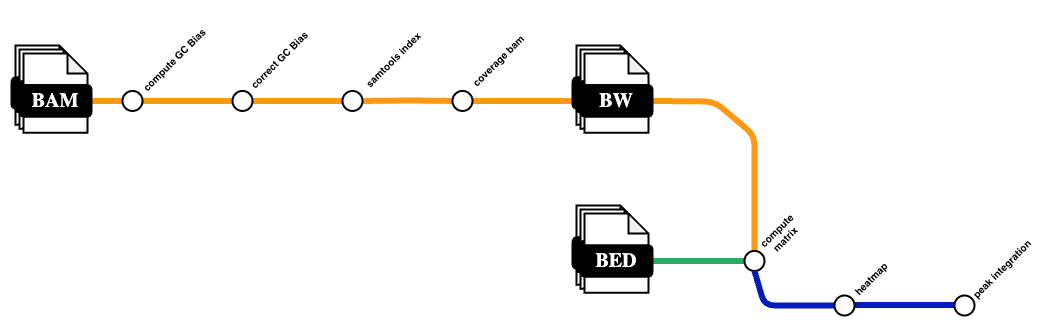
Above: assets/img/nf-fragmentomics_base.png in sottorivalab/nf-fragmentomics (draw.io), before the change. Source tidied: cells renumbered, new cells last; positions are measured from the earlier drawing's top-left corner, leaving out a move shared by most shapes.
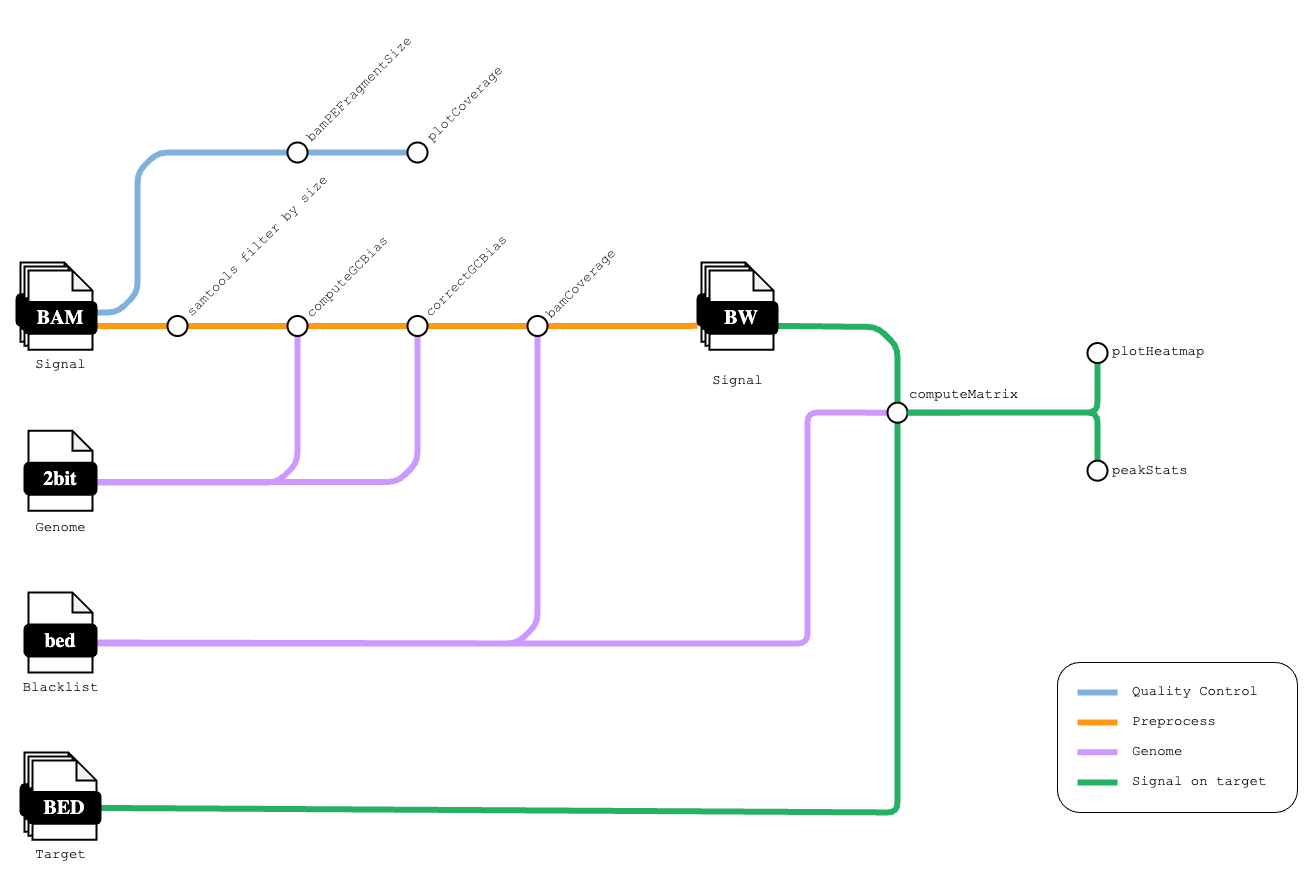
Later version of the same file.

The edit, as a diff of the source:
```diff
@@ -4,7 +4,63 @@
     <mxCell id="1" parent="0" />
-    <mxCell id="2" style="endArrow=none;html=1;rounded=1;strokeWidth=6;strokeColor=#001DBC;fillColor=#0050ef;exitX=0;exitY=0.475;exitDx=0;exitDy=0;exitPerimeter=0;" parent="1" edge="1" source="20">
-      <mxGeometry relative="1" as="geometry">
-        <mxPoint x="841" y="260.5" as="targetPoint" />
-      </mxGeometry>
-    </mxCell>
+    <mxCell id="46" style="endArrow=none;html=1;rounded=1;strokeWidth=6;strokeColor=#7EB2DD;exitX=1;exitY=0.5;exitDx=0;exitDy=0;entryX=0;entryY=0.5;entryDx=0;entryDy=0;" parent="1" edge="1" source="78" target="75">
+      <mxGeometry relative="1" as="geometry" />
+    </mxCell>
+    <mxCell id="47" style="endArrow=none;html=1;rounded=1;strokeWidth=6;strokeColor=#7eb2dd;exitX=0;exitY=0.5;exitDx=0;exitDy=0;" parent="1" edge="1" source="78">
+      <mxGeometry relative="1" as="geometry">
+        <mxPoint x="121" y="-99" as="targetPoint" />
+        <Array as="points">
+          <mxPoint x="141" y="-139" />
+          <mxPoint x="121" y="-119" />
+        </Array>
+      </mxGeometry>
+    </mxCell>
+    <mxCell id="48" style="endArrow=none;html=1;rounded=1;strokeWidth=6;strokeColor=#CC99FF;exitX=1;exitY=0.75;exitDx=0;exitDy=0;entryX=0;entryY=0.5;entryDx=0;entryDy=0;" parent="1" edge="1" target="14">
+      <mxGeometry relative="1" as="geometry">
+        <mxPoint x="80" y="352" as="sourcePoint" />
+        <Array as="points">
+          <mxPoint x="791" y="352" />
+          <mxPoint x="791" y="121" />
+        </Array>
+      </mxGeometry>
+    </mxCell>
+    <mxCell id="13" style="endArrow=none;html=1;rounded=1;strokeWidth=6;exitX=1;exitY=0.75;exitDx=0;exitDy=0;strokeColor=#25b064;entryX=0.5;entryY=0;entryDx=0;entryDy=0;" parent="1" edge="1" source="37" target="14">
+      <mxGeometry relative="1" as="geometry">
+        <Array as="points">
+          <mxPoint x="861" y="35.5" />
+          <mxPoint x="881" y="55.5" />
+        </Array>
+      </mxGeometry>
+    </mxCell>
+    <mxCell id="12" style="endArrow=none;html=1;rounded=1;strokeWidth=6;exitX=1;exitY=0.5;exitDx=0;exitDy=0;strokeColor=#25b064;entryX=0.5;entryY=1;entryDx=0;entryDy=0;" parent="1" edge="1" source="45" target="14">
+      <mxGeometry relative="1" as="geometry">
+        <Array as="points">
+          <mxPoint x="881" y="521" />
+          <mxPoint x="881" y="186.4" />
+        </Array>
+      </mxGeometry>
+    </mxCell>
+    <mxCell id="49" style="endArrow=none;html=1;rounded=1;strokeWidth=6;strokeColor=#CC99FF;exitX=0.736;exitY=0.562;exitDx=0;exitDy=0;exitPerimeter=0;entryX=0.5;entryY=1;entryDx=0;entryDy=0;" parent="1" edge="1" source="56" target="65">
+      <mxGeometry relative="1" as="geometry">
+        <Array as="points">
+          <mxPoint x="501" y="352" />
+          <mxPoint x="521" y="332" />
+        </Array>
+      </mxGeometry>
+    </mxCell>
+    <mxCell id="50" style="endArrow=none;html=1;rounded=1;strokeWidth=6;strokeColor=#CC99FF;exitX=0.319;exitY=0.604;exitDx=0;exitDy=0;exitPerimeter=0;entryX=0.5;entryY=1;entryDx=0;entryDy=0;" parent="1" edge="1" source="59" target="7">
+      <mxGeometry relative="1" as="geometry">
+        <Array as="points">
+          <mxPoint x="381" y="190.5" />
+          <mxPoint x="401" y="170.5" />
+        </Array>
+      </mxGeometry>
+    </mxCell>
+    <mxCell id="51" style="endArrow=none;html=1;rounded=1;strokeWidth=6;strokeColor=#CC99FF;entryX=0.5;entryY=1;entryDx=0;entryDy=0;exitX=0.597;exitY=0.62;exitDx=0;exitDy=0;exitPerimeter=0;" parent="1" edge="1" source="59" target="5">
+      <mxGeometry relative="1" as="geometry">
+        <Array as="points">
+          <mxPoint x="261" y="191" />
+          <mxPoint x="281" y="171" />
+        </Array>
+      </mxGeometry>
+    </mxCell>
     <mxCell id="3" style="endArrow=none;html=1;rounded=1;strokeWidth=6;strokeColor=#FF9914;exitX=1;exitY=0.5;exitDx=0;exitDy=0;entryX=0;entryY=0.5;entryDx=0;entryDy=0;" parent="1" edge="1" source="22" target="5">
@@ -15,71 +71,10 @@
     </mxCell>
-    <mxCell id="5" style="ellipse;rounded=1;rotation=0;strokeWidth=2;spacingTop=50;html=1;" parent="1" vertex="1">
-      <mxGeometry x="221" y="46.4" width="20" height="20" as="geometry" />
-    </mxCell>
-    <mxCell id="6" style="endArrow=none;html=1;rounded=1;strokeWidth=6;strokeColor=#FF9914;entryX=0;entryY=0.5;entryDx=0;entryDy=0;exitX=1;exitY=0.5;exitDx=0;exitDy=0;" parent="1" edge="1" source="7" target="38">
-      <mxGeometry relative="1" as="geometry">
-        <Array as="points">
-          <mxPoint x="401" y="56" />
-        </Array>
-      </mxGeometry>
-    </mxCell>
-    <mxCell id="7" style="ellipse;rounded=1;rotation=0;strokeWidth=2;spacingTop=50;html=1;" parent="1" vertex="1">
-      <mxGeometry x="331" y="46.4" width="20" height="20" as="geometry" />
-    </mxCell>
-    <mxCell id="8" value="compute GC Bias" style="text;html=1;align=center;verticalAlign=middle;strokeColor=none;fillColor=none;rotation=-45;fontSize=10;fontFamily=Helvetica;fontStyle=1;" parent="1" vertex="1">
-      <mxGeometry x="107" width="110" height="30" as="geometry" />
-    </mxCell>
-    <mxCell id="9" value="correct GC Bias" style="text;html=1;align=center;verticalAlign=middle;strokeColor=none;fillColor=none;rotation=-45;fontSize=10;fontFamily=Helvetica;fontStyle=1;" parent="1" vertex="1">
-      <mxGeometry x="217" width="100" height="30" as="geometry" />
-    </mxCell>
-    <mxCell id="10" value="samtools index" style="text;html=1;align=center;verticalAlign=middle;strokeColor=none;fillColor=none;rotation=-45;fontSize=10;fontFamily=Helvetica;fontStyle=1;" parent="1" vertex="1">
-      <mxGeometry x="331" width="100" height="30" as="geometry" />
-    </mxCell>
-    <mxCell id="11" value="coverage bam" style="text;html=1;align=center;verticalAlign=middle;strokeColor=none;fillColor=none;rotation=-45;fontSize=10;fontFamily=Helvetica;fontStyle=1;" parent="1" vertex="1">
-      <mxGeometry x="441" y="1" width="90" height="30" as="geometry" />
-    </mxCell>
-    <mxCell id="12" style="endArrow=none;html=1;rounded=1;strokeWidth=6;strokeColor=#24B064;entryX=0;entryY=0.5;entryDx=0;entryDy=0;exitX=1;exitY=0.5;exitDx=0;exitDy=0;" parent="1" edge="1" source="45" target="14">
-      <mxGeometry relative="1" as="geometry" />
-    </mxCell>
-    <mxCell id="13" style="endArrow=none;html=1;rounded=1;strokeWidth=6;strokeColor=#ff9914;entryX=0.5;entryY=0;entryDx=0;entryDy=0;exitX=1;exitY=0.5;exitDx=0;exitDy=0;" parent="1" edge="1" source="37" target="14">
-      <mxGeometry relative="1" as="geometry">
-        <Array as="points">
-          <mxPoint x="703" y="57" />
-          <mxPoint x="743" y="91" />
-        </Array>
-      </mxGeometry>
-    </mxCell>
     <mxCell id="14" style="ellipse;rounded=1;rotation=0;strokeWidth=2;spacingTop=50;html=1;" parent="1" vertex="1">
-      <mxGeometry x="733" y="206.4" width="20" height="20" as="geometry" />
+      <mxGeometry x="871" y="111.2" width="20" height="20" as="geometry" />
     </mxCell>
-    <mxCell id="15" value="compute&lt;br&gt;matrix" style="text;html=1;align=center;verticalAlign=middle;strokeColor=none;fillColor=none;rotation=-45;fontSize=10;fontFamily=Helvetica;fontStyle=1;" parent="1" vertex="1">
-      <mxGeometry x="734" y="170.4" width="70" height="40" as="geometry" />
-    </mxCell>
-    <mxCell id="16" style="endArrow=none;html=1;rounded=1;strokeWidth=6;strokeColor=#001DBC;entryX=0.5;entryY=1;entryDx=0;entryDy=0;fillColor=#0050ef;exitX=0;exitY=0.5;exitDx=0;exitDy=0;" parent="1" edge="1" source="17" target="14">
-      <mxGeometry relative="1" as="geometry">
-        <Array as="points">
-          <mxPoint x="753" y="261" />
-        </Array>
-      </mxGeometry>
-    </mxCell>
-    <mxCell id="17" style="ellipse;rounded=1;rotation=0;strokeWidth=2;spacingTop=50;html=1;" parent="1" vertex="1">
-      <mxGeometry x="823" y="251" width="20" height="20" as="geometry" />
-    </mxCell>
-    <mxCell id="18" value="heatmap" style="text;html=1;align=center;verticalAlign=middle;strokeColor=none;fillColor=none;rotation=-45;fontSize=10;fontFamily=Helvetica;fontStyle=1;" parent="1" vertex="1">
-      <mxGeometry x="829" y="219.2" width="60" height="30" as="geometry" />
-    </mxCell>
-    <mxCell id="19" value="peak integration" style="text;html=1;align=center;verticalAlign=middle;strokeColor=none;fillColor=none;rotation=-45;fontSize=10;fontFamily=Helvetica;fontStyle=1;spacing=2;" parent="1" vertex="1">
-      <mxGeometry x="940" y="209.4" width="100" height="30" as="geometry" />
-    </mxCell>
-    <mxCell id="20" style="ellipse;rounded=1;rotation=0;strokeWidth=2;spacingTop=50;html=1;" parent="1" vertex="1">
-      <mxGeometry x="943" y="251" width="20" height="20" as="geometry" />
-    </mxCell>
-    <mxCell id="21" style="endArrow=none;html=1;rounded=1;strokeWidth=6;strokeColor=#FF9914;exitX=1;exitY=0.5;exitDx=0;exitDy=0;entryX=0;entryY=0.5;entryDx=0;entryDy=0;" parent="1" edge="1" source="29" target="22">
+    <mxCell id="21" style="endArrow=none;html=1;rounded=1;strokeWidth=6;strokeColor=#FF9914;exitX=1;exitY=0.75;exitDx=0;exitDy=0;entryX=0;entryY=0.5;entryDx=0;entryDy=0;" parent="1" edge="1" source="29" target="22">
       <mxGeometry relative="1" as="geometry" />
     </mxCell>
-    <mxCell id="22" style="ellipse;rounded=1;rotation=0;strokeWidth=2;spacingTop=50;" parent="1" vertex="1">
-      <mxGeometry x="111" y="46.4" width="20" height="20" as="geometry" />
-    </mxCell>
     <mxCell id="23" style="group;" parent="1" vertex="1">
-      <mxGeometry y="1" width="80" height="87.1" as="geometry" />
+      <mxGeometry y="-29" width="80" height="87.1" as="geometry" />
     </mxCell>
@@ -103,3 +98,3 @@
     </mxCell>
-    <mxCell id="30" style="endArrow=none;html=1;rounded=1;strokeWidth=6;strokeColor=#FF9914;entryX=0;entryY=0.75;entryDx=0;entryDy=0;exitX=1;exitY=0.5;exitDx=0;exitDy=0;" parent="1" edge="1" source="38" target="33">
+    <mxCell id="30" style="endArrow=none;html=1;rounded=1;strokeWidth=6;strokeColor=#FF9914;entryX=0;entryY=1;entryDx=0;entryDy=0;exitX=1;exitY=0.5;exitDx=0;exitDy=0;" parent="1" edge="1" source="65" target="33">
       <mxGeometry relative="1" as="geometry" />
@@ -107,3 +102,3 @@
     <mxCell id="31" style="group;" parent="1" vertex="1">
-      <mxGeometry x="561" y="1" width="80" height="87.1" as="geometry" />
+      <mxGeometry x="681" y="-29" width="80" height="87.1" as="geometry" />
     </mxCell>
@@ -127,7 +122,4 @@
     </mxCell>
-    <mxCell id="38" style="ellipse;rounded=1;rotation=0;strokeWidth=2;spacingTop=50;html=1;" parent="1" vertex="1">
-      <mxGeometry x="441" y="46.4" width="20" height="20" as="geometry" />
-    </mxCell>
     <mxCell id="39" style="group;" parent="1" vertex="1">
-      <mxGeometry x="561" y="161" width="80" height="87.1" as="geometry" />
+      <mxGeometry x="4" y="461" width="80" height="87.1" as="geometry" />
     </mxCell>
@@ -151,2 +143,156 @@
     </mxCell>
+    <mxCell id="52" value="correctGCBias" style="text;html=1;align=left;verticalAlign=middle;strokeColor=none;fillColor=none;rotation=-45;fontSize=14;fontFamily=Courier New;fontStyle=0;" parent="1" vertex="1">
+      <mxGeometry x="391" y="-37" width="130" height="30" as="geometry" />
+    </mxCell>
+    <mxCell id="5" style="ellipse;rounded=1;rotation=0;strokeWidth=2;spacingTop=50;html=1;" parent="1" vertex="1">
+      <mxGeometry x="271" y="24.5" width="20" height="20" as="geometry" />
+    </mxCell>
+    <mxCell id="53" value="bamCoverage" style="text;html=1;align=left;verticalAlign=middle;strokeColor=none;fillColor=none;rotation=-45;fontSize=14;fontFamily=Courier New;fontStyle=0;" parent="1" vertex="1">
+      <mxGeometry x="513" y="-31" width="120" height="30" as="geometry" />
+    </mxCell>
+    <mxCell id="54" style="group;" parent="1" vertex="1">
+      <mxGeometry x="8" y="301" width="72" height="80" as="geometry" />
+    </mxCell>
+    <mxCell id="55" style="shape=note;whiteSpace=wrap;html=1;backgroundOutline=1;darkOpacity=0.05;rounded=1;size=20;strokeWidth=2;" parent="54" vertex="1">
+      <mxGeometry x="4" width="64" height="80" as="geometry" />
+    </mxCell>
+    <mxCell id="56" value="&lt;font face=&quot;Maven Pro&quot; color=&quot;#ffffff&quot;&gt;&lt;b&gt;&lt;font style=&quot;font-size: 20px;&quot;&gt;bed&lt;/font&gt;&lt;/b&gt;&lt;/font&gt;" style="rounded=1;whiteSpace=wrap;html=1;strokeWidth=2;fillColor=#000000;" parent="54" vertex="1">
+      <mxGeometry y="32" width="72" height="32" as="geometry" />
+    </mxCell>
+    <mxCell id="57" style="group;" parent="1" vertex="1">
+      <mxGeometry x="8" y="139.2" width="72" height="80" as="geometry" />
+    </mxCell>
+    <mxCell id="58" style="shape=note;whiteSpace=wrap;html=1;backgroundOutline=1;darkOpacity=0.05;rounded=1;size=20;strokeWidth=2;" parent="57" vertex="1">
+      <mxGeometry x="4" width="64" height="80" as="geometry" />
+    </mxCell>
+    <mxCell id="59" value="&lt;font face=&quot;Maven Pro&quot; color=&quot;#ffffff&quot;&gt;&lt;b&gt;&lt;font style=&quot;font-size: 20px;&quot;&gt;2bit&lt;/font&gt;&lt;/b&gt;&lt;/font&gt;" style="rounded=1;whiteSpace=wrap;html=1;strokeWidth=2;fillColor=#000000;" parent="57" vertex="1">
+      <mxGeometry y="32" width="72" height="32" as="geometry" />
+    </mxCell>
+    <mxCell id="60" value="Signal" style="text;html=1;align=center;verticalAlign=middle;strokeColor=none;fillColor=none;rotation=0;fontSize=14;fontFamily=Courier New;fontStyle=0;" parent="1" vertex="1">
+      <mxGeometry x="9" y="58.1" width="70" height="30" as="geometry" />
+    </mxCell>
+    <mxCell id="61" value="Genome" style="text;html=1;align=center;verticalAlign=middle;strokeColor=none;fillColor=none;rotation=0;fontSize=14;fontFamily=Courier New;fontStyle=0;" parent="1" vertex="1">
+      <mxGeometry x="9" y="221" width="70" height="30" as="geometry" />
+    </mxCell>
+    <mxCell id="62" value="Blacklist" style="text;html=1;align=center;verticalAlign=middle;strokeColor=none;fillColor=none;rotation=0;fontSize=14;fontFamily=Courier New;fontStyle=0;" parent="1" vertex="1">
+      <mxGeometry x="-6" y="381" width="100" height="30" as="geometry" />
+    </mxCell>
+    <mxCell id="8" value="computeGCBias" style="text;html=1;align=left;verticalAlign=middle;strokeColor=none;fillColor=none;rotation=-45;fontSize=14;fontFamily=Courier New;fontStyle=0;" parent="1" vertex="1">
+      <mxGeometry x="272" y="-36" width="130" height="30" as="geometry" />
+    </mxCell>
+    <mxCell id="63" value="samtools filter by size" style="text;html=1;align=left;verticalAlign=middle;strokeColor=none;fillColor=none;rotation=-45;fontSize=14;fontFamily=Courier New;fontStyle=0;" parent="1" vertex="1">
+      <mxGeometry x="139" y="-68" width="220" height="30" as="geometry" />
+    </mxCell>
+    <mxCell id="64" style="endArrow=none;html=1;rounded=1;strokeWidth=6;strokeColor=#FF9914;exitX=1;exitY=0.5;exitDx=0;exitDy=0;entryX=0;entryY=0.5;entryDx=0;entryDy=0;" parent="1" edge="1" source="7" target="65">
+      <mxGeometry relative="1" as="geometry" />
+    </mxCell>
+    <mxCell id="65" style="ellipse;rounded=1;rotation=0;strokeWidth=2;spacingTop=50;html=1;" parent="1" vertex="1">
+      <mxGeometry x="511" y="24.5" width="20" height="20" as="geometry" />
+    </mxCell>
+    <mxCell id="22" style="ellipse;rounded=1;rotation=0;strokeWidth=2;spacingTop=50;" parent="1" vertex="1">
+      <mxGeometry x="151" y="24.5" width="20" height="20" as="geometry" />
+    </mxCell>
+    <mxCell id="7" style="ellipse;rounded=1;rotation=0;strokeWidth=2;spacingTop=50;html=1;" parent="1" vertex="1">
+      <mxGeometry x="391" y="24.5" width="20" height="20" as="geometry" />
+    </mxCell>
+    <mxCell id="66" value="computeMatrix" style="text;html=1;align=left;verticalAlign=middle;strokeColor=none;fillColor=none;rotation=0;fontSize=14;fontFamily=Courier New;fontStyle=0;" parent="1" vertex="1">
+      <mxGeometry x="891" y="88.1" width="130" height="30" as="geometry" />
+    </mxCell>
+    <mxCell id="67" value="Signal" style="text;html=1;align=center;verticalAlign=middle;strokeColor=none;fillColor=none;rotation=0;fontSize=14;fontFamily=Courier New;fontStyle=0;" parent="1" vertex="1">
+      <mxGeometry x="686" y="74.1" width="70" height="30" as="geometry" />
+    </mxCell>
+    <mxCell id="68" value="plotHeatmap" style="text;html=1;align=left;verticalAlign=middle;strokeColor=none;fillColor=none;rotation=0;fontSize=14;fontFamily=Courier New;fontStyle=0;" parent="1" vertex="1">
+      <mxGeometry x="1094" y="44.5" width="120" height="30" as="geometry" />
+    </mxCell>
+    <mxCell id="69" style="endArrow=none;html=1;rounded=1;strokeWidth=6;strokeColor=#25b064;exitX=1;exitY=0.5;exitDx=0;exitDy=0;entryX=0.5;entryY=1;entryDx=0;entryDy=0;" parent="1" edge="1" source="14" target="70">
+      <mxGeometry relative="1" as="geometry">
+        <Array as="points">
+          <mxPoint x="1081" y="121" />
+        </Array>
+      </mxGeometry>
+    </mxCell>
+    <mxCell id="70" style="ellipse;rounded=1;rotation=0;strokeWidth=2;spacingTop=50;html=1;" parent="1" vertex="1">
+      <mxGeometry x="1071" y="51.6" width="20" height="20" as="geometry" />
+    </mxCell>
+    <mxCell id="71" style="endArrow=none;html=1;rounded=1;strokeWidth=6;strokeColor=#25b064;exitX=1;exitY=0.5;exitDx=0;exitDy=0;entryX=0.5;entryY=0;entryDx=0;entryDy=0;" parent="1" edge="1" target="72">
+      <mxGeometry relative="1" as="geometry">
+        <mxPoint x="892" y="121" as="sourcePoint" />
+        <Array as="points">
+          <mxPoint x="1081" y="121" />
+        </Array>
+      </mxGeometry>
+    </mxCell>
+    <mxCell id="72" style="ellipse;rounded=1;rotation=0;strokeWidth=2;spacingTop=50;html=1;" parent="1" vertex="1">
+      <mxGeometry x="1071" y="169.2" width="20" height="20" as="geometry" />
+    </mxCell>
+    <mxCell id="73" value="peakStats" style="text;html=1;align=left;verticalAlign=middle;strokeColor=none;fillColor=none;rotation=0;fontSize=14;fontFamily=Courier New;fontStyle=0;" parent="1" vertex="1">
+      <mxGeometry x="1094" y="164.2" width="100" height="30" as="geometry" />
+    </mxCell>
+    <mxCell id="74" value="bamPEFragmentSize" style="text;html=1;align=left;verticalAlign=middle;strokeColor=none;fillColor=none;rotation=-45;fontSize=14;fontFamily=Courier New;fontStyle=0;" parent="1" vertex="1">
+      <mxGeometry x="266" y="-226" width="170" height="30" as="geometry" />
+    </mxCell>
+    <mxCell id="75" style="ellipse;rounded=1;rotation=0;strokeWidth=2;spacingTop=50;" parent="1" vertex="1">
+      <mxGeometry x="391" y="-149" width="20" height="20" as="geometry" />
+    </mxCell>
+    <mxCell id="76" value="plotCoverage" style="text;html=1;align=left;verticalAlign=middle;strokeColor=none;fillColor=none;rotation=-45;fontSize=14;fontFamily=Courier New;fontStyle=0;" parent="1" vertex="1">
+      <mxGeometry x="394" y="-208" width="120" height="30" as="geometry" />
+    </mxCell>
+    <mxCell id="77" style="endArrow=none;html=1;rounded=1;strokeWidth=6;strokeColor=#7eb2dd;" parent="1" edge="1">
+      <mxGeometry relative="1" as="geometry">
+        <mxPoint x="81" y="21" as="sourcePoint" />
+        <mxPoint x="121" y="-99" as="targetPoint" />
+        <Array as="points">
+          <mxPoint x="101" y="21" />
+          <mxPoint x="121" y="1" />
+        </Array>
+      </mxGeometry>
+    </mxCell>
+    <mxCell id="78" style="ellipse;rounded=1;rotation=0;strokeWidth=2;spacingTop=50;" parent="1" vertex="1">
+      <mxGeometry x="271" y="-149" width="20" height="20" as="geometry" />
+    </mxCell>
+    <mxCell id="79" value="Target" style="text;html=1;align=center;verticalAlign=middle;strokeColor=none;fillColor=none;rotation=0;fontSize=14;fontFamily=Courier New;fontStyle=0;" parent="1" vertex="1">
+      <mxGeometry x="9" y="548.1" width="70" height="30" as="geometry" />
+    </mxCell>
+    <mxCell id="80" style="group;" parent="1" vertex="1">
+      <mxGeometry x="1041" y="371" width="240" height="150" as="geometry" />
+    </mxCell>
+    <mxCell id="81" style="rounded=1;whiteSpace=wrap;html=1;" parent="80" vertex="1">
+      <mxGeometry width="240" height="150" as="geometry" />
+    </mxCell>
+    <mxCell id="82" style="endArrow=none;html=1;rounded=1;strokeWidth=6;strokeColor=#24B064;" parent="80" edge="1">
+      <mxGeometry relative="1" as="geometry">
+        <mxPoint x="20" y="120" as="sourcePoint" />
+        <mxPoint x="60" y="120" as="targetPoint" />
+      </mxGeometry>
+    </mxCell>
+    <mxCell id="83" style="endArrow=none;html=1;rounded=1;strokeWidth=6;strokeColor=#CC99FF;" parent="80" edge="1">
+      <mxGeometry relative="1" as="geometry">
+        <mxPoint x="20" y="89.7" as="sourcePoint" />
+        <mxPoint x="60" y="89.7" as="targetPoint" />
+      </mxGeometry>
+    </mxCell>
+    <mxCell id="84" style="endArrow=none;html=1;rounded=1;strokeWidth=6;strokeColor=#ff9914;" parent="80" edge="1">
+      <mxGeometry relative="1" as="geometry">
+        <mxPoint x="20" y="60" as="sourcePoint" />
+        <mxPoint x="60" y="60" as="targetPoint" />
+      </mxGeometry>
+    </mxCell>
+    <mxCell id="85" style="endArrow=none;html=1;rounded=1;strokeWidth=6;strokeColor=#7EB2DD;" parent="80" edge="1">
+      <mxGeometry relative="1" as="geometry">
+        <mxPoint x="20" y="30" as="sourcePoint" />
+        <mxPoint x="60" y="30" as="targetPoint" />
+      </mxGeometry>
+    </mxCell>
+    <mxCell id="86" value="Quality Control" style="text;html=1;align=left;verticalAlign=middle;strokeColor=none;fillColor=none;rotation=0;fontSize=14;fontFamily=Courier New;fontStyle=0;" parent="80" vertex="1">
+      <mxGeometry x="73" y="14" width="150" height="30" as="geometry" />
+    </mxCell>
+    <mxCell id="87" value="Preprocess" style="text;html=1;align=left;verticalAlign=middle;strokeColor=none;fillColor=none;rotation=0;fontSize=14;fontFamily=Courier New;fontStyle=0;" parent="80" vertex="1">
+      <mxGeometry x="73" y="44" width="110" height="30" as="geometry" />
+    </mxCell>
+    <mxCell id="88" value="Genome" style="text;html=1;align=left;verticalAlign=middle;strokeColor=none;fillColor=none;rotation=0;fontSize=14;fontFamily=Courier New;fontStyle=0;" parent="80" vertex="1">
+      <mxGeometry x="73" y="74" width="70" height="30" as="geometry" />
+    </mxCell>
+    <mxCell id="89" value="Signal on target" style="text;html=1;align=left;verticalAlign=middle;strokeColor=none;fillColor=none;rotation=0;fontSize=14;fontFamily=Courier New;fontStyle=0;" parent="80" vertex="1">
+      <mxGeometry x="73" y="104" width="160" height="30" as="geometry" />
+    </mxCell>
   </root>
```
